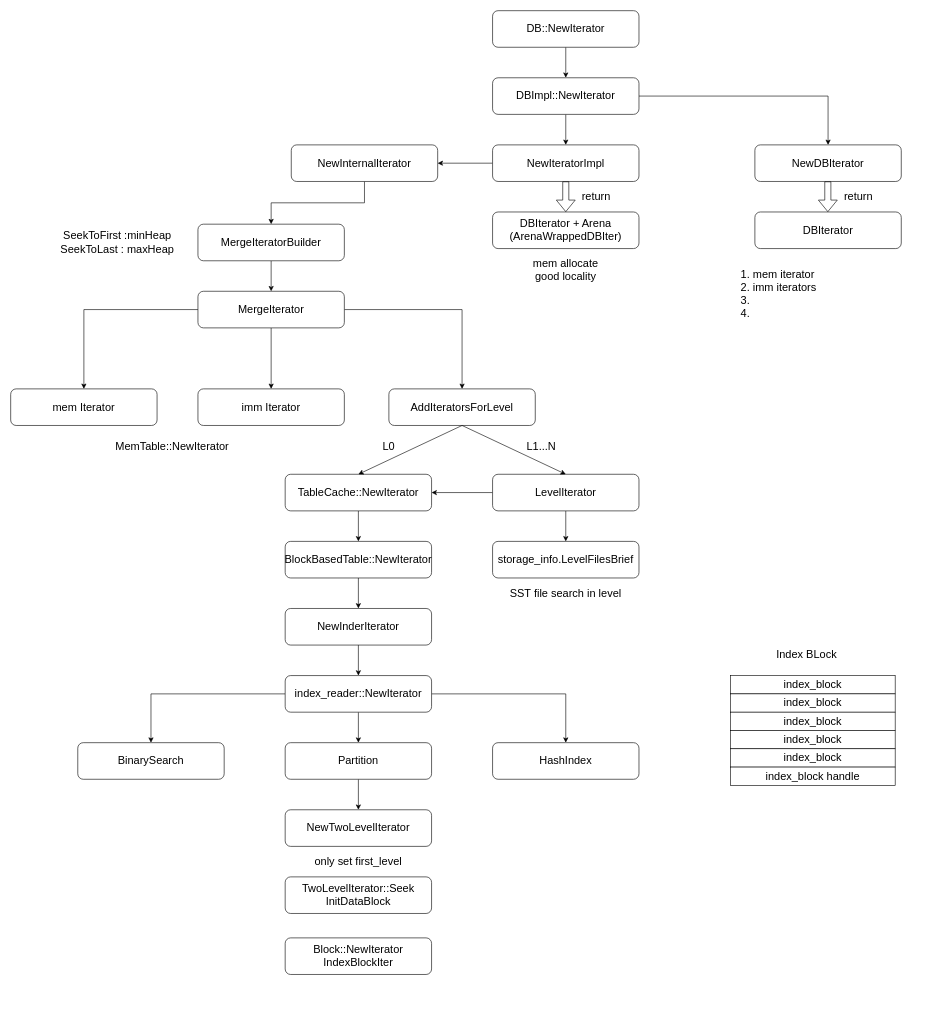
Tom-CaoZH/notes-pictures keeps this draw.io diagram as draw_img/rocksdb_iterator.drawio. Above is the earlier version. Source tidied: cells renumbered, new cells numbered last; positions are measured from the earlier drawing's top-left corner, leaving out a move shared by most shapes. Both pictures are drawn from the tidied source at 61%, with x=0, y=0 at pixel (10, 10).
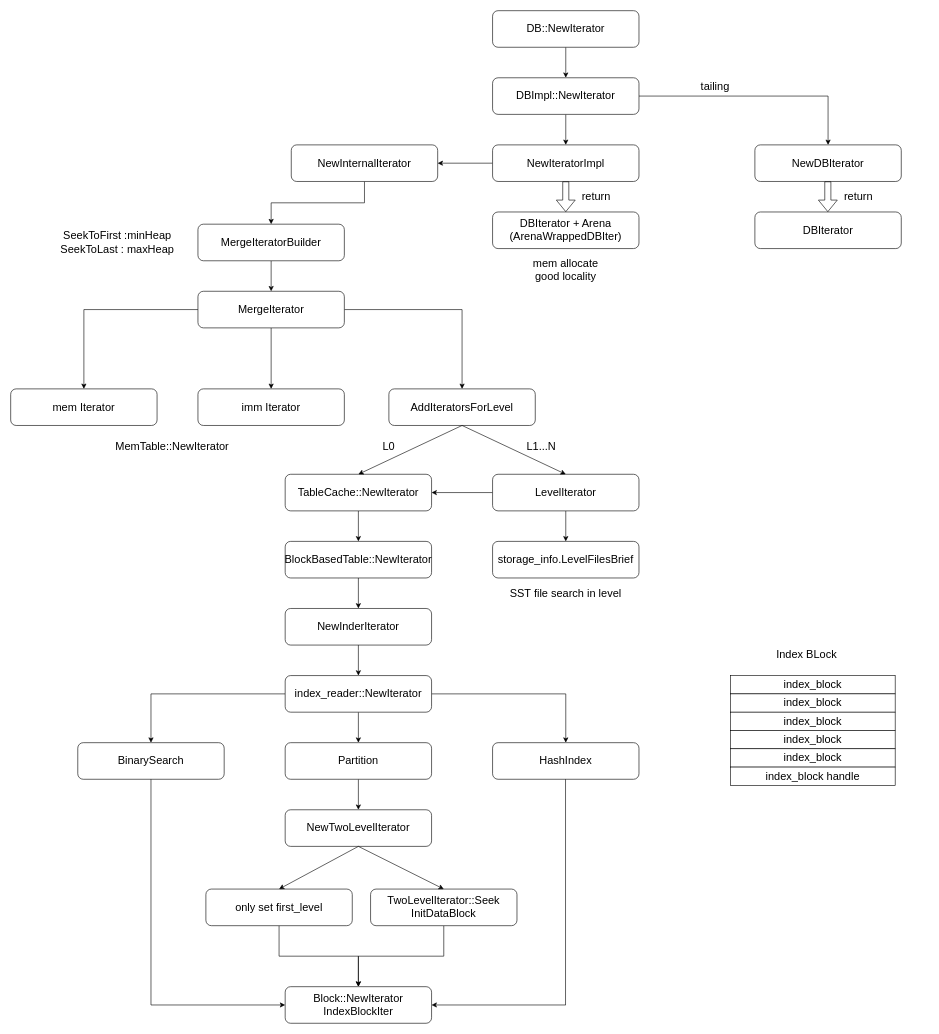
The same diagram, later.

Unchanged cells that the change refers to:
```xml
<mxCell id="50" value="&lt;span style=&quot;font-size: 18px;&quot;&gt;BinarySearch&lt;/span&gt;" style="rounded=1;whiteSpace=wrap;html=1;" parent="1" vertex="1">
  <mxGeometry x="110" y="1200" width="240" height="60" as="geometry" />
</mxCell>
<mxCell id="59" value="&lt;span style=&quot;font-size: 18px;&quot;&gt;NewTwoLevelIterator&lt;/span&gt;" style="rounded=1;whiteSpace=wrap;html=1;" parent="1" vertex="1">
  <mxGeometry x="450" y="1310" width="240" height="60" as="geometry" />
</mxCell>
```

Change to the diagram source:
```diff
@@
-    <mxCell id="12" value="&lt;ol&gt;&lt;li&gt;mem iterator&lt;/li&gt;&lt;li&gt;imm iterators&lt;/li&gt;&lt;li&gt;&lt;br&gt;&lt;/li&gt;&lt;li&gt;&lt;br&gt;&lt;/li&gt;&lt;/ol&gt;" style="text;strokeColor=none;fillColor=none;html=1;whiteSpace=wrap;verticalAlign=middle;overflow=hidden;fontSize=18;" parent="1" vertex="1">
-      <mxGeometry x="1175" y="400" width="330" height="130" as="geometry" />
-    </mxCell>
@@
-    <mxCell id="60" value="only set first_level" style="text;html=1;strokeColor=none;fillColor=none;align=center;verticalAlign=middle;whiteSpace=wrap;rounded=0;fontSize=18;" parent="1" vertex="1">
-      <mxGeometry x="485" y="1380" width="170" height="30" as="geometry" />
-    </mxCell>
+    <mxCell id="65" style="edgeStyle=orthogonalEdgeStyle;rounded=0;jettySize=auto;html=1;entryX=0.5;entryY=0;entryDx=0;entryDy=0;fontSize=18;" parent="1" edge="1" source="61" target="64">
+      <mxGeometry relative="1" as="geometry" />
+    </mxCell>
     <mxCell id="61" value="&lt;span style=&quot;font-size: 18px;&quot;&gt;TwoLevelIterator::Seek&lt;br&gt;InitDataBlock&lt;br&gt;&lt;/span&gt;" style="rounded=1;whiteSpace=wrap;html=1;" parent="1" vertex="1">
-      <mxGeometry x="450" y="1420" width="240" height="60" as="geometry" />
+      <mxGeometry x="590" y="1440" width="240" height="60" as="geometry" />
     </mxCell>
@@
     <mxCell id="64" value="&lt;span style=&quot;font-size: 18px;&quot;&gt;Block::NewIterator&lt;br&gt;IndexBlockIter&lt;br&gt;&lt;/span&gt;" style="rounded=1;whiteSpace=wrap;html=1;" parent="1" vertex="1">
-      <mxGeometry x="450" y="1520" width="240" height="60" as="geometry" />
+      <mxGeometry x="450" y="1600" width="240" height="60" as="geometry" />
     </mxCell>
+    <mxCell id="66" style="edgeStyle=orthogonalEdgeStyle;rounded=0;jettySize=auto;html=1;fontSize=18;" parent="1" edge="1" source="60" target="64">
+      <mxGeometry relative="1" as="geometry" />
+    </mxCell>
+    <mxCell id="60" value="&lt;span style=&quot;font-size: 18px;&quot;&gt;only set first_level&lt;/span&gt;&lt;span style=&quot;font-size: 18px;&quot;&gt;&lt;br&gt;&lt;/span&gt;" style="rounded=1;whiteSpace=wrap;html=1;" parent="1" vertex="1">
+      <mxGeometry x="320" y="1440" width="240" height="60" as="geometry" />
+    </mxCell>
+    <mxCell id="67" style="endArrow=classic;html=1;rounded=0;fontSize=18;exitX=0.5;exitY=1;exitDx=0;exitDy=0;entryX=0.5;entryY=0;entryDx=0;entryDy=0;" parent="1" edge="1" source="59" target="60">
+      <mxGeometry relative="1" as="geometry" />
+    </mxCell>
+    <mxCell id="68" style="endArrow=classic;html=1;rounded=0;fontSize=18;exitX=0.5;exitY=1;exitDx=0;exitDy=0;entryX=0.5;entryY=0;entryDx=0;entryDy=0;" parent="1" edge="1" source="59" target="61">
+      <mxGeometry relative="1" as="geometry" />
+    </mxCell>
+    <mxCell id="69" style="endArrow=none;html=1;rounded=0;fontSize=18;entryX=0.5;entryY=1;entryDx=0;entryDy=0;" parent="1" edge="1" target="50">
+      <mxGeometry relative="1" as="geometry">
+        <mxPoint x="230" y="1630" as="sourcePoint" />
+      </mxGeometry>
+    </mxCell>
+    <mxCell id="70" style="endArrow=classic;html=1;rounded=0;fontSize=18;entryX=0;entryY=0.5;entryDx=0;entryDy=0;" parent="1" edge="1" target="64">
+      <mxGeometry relative="1" as="geometry">
+        <mxPoint x="230" y="1630" as="sourcePoint" />
+      </mxGeometry>
+    </mxCell>
+    <mxCell id="71" style="endArrow=none;html=1;rounded=0;fontSize=18;entryX=0.5;entryY=1;entryDx=0;entryDy=0;" parent="1" edge="1">
+      <mxGeometry relative="1" as="geometry">
+        <mxPoint x="909.6" y="1630" as="sourcePoint" />
+        <mxPoint x="909.6" y="1260" as="targetPoint" />
+      </mxGeometry>
+    </mxCell>
+    <mxCell id="72" style="endArrow=classic;html=1;rounded=0;fontSize=18;entryX=1;entryY=0.5;entryDx=0;entryDy=0;" parent="1" edge="1" target="64">
+      <mxGeometry relative="1" as="geometry">
+        <mxPoint x="910" y="1630" as="sourcePoint" />
+      </mxGeometry>
+    </mxCell>
+    <mxCell id="73" value="tailing" style="text;html=1;strokeColor=none;fillColor=none;align=center;verticalAlign=middle;whiteSpace=wrap;rounded=0;fontSize=18;" parent="1" vertex="1">
+      <mxGeometry x="1100" y="110" width="110" height="30" as="geometry" />
+    </mxCell>
```
